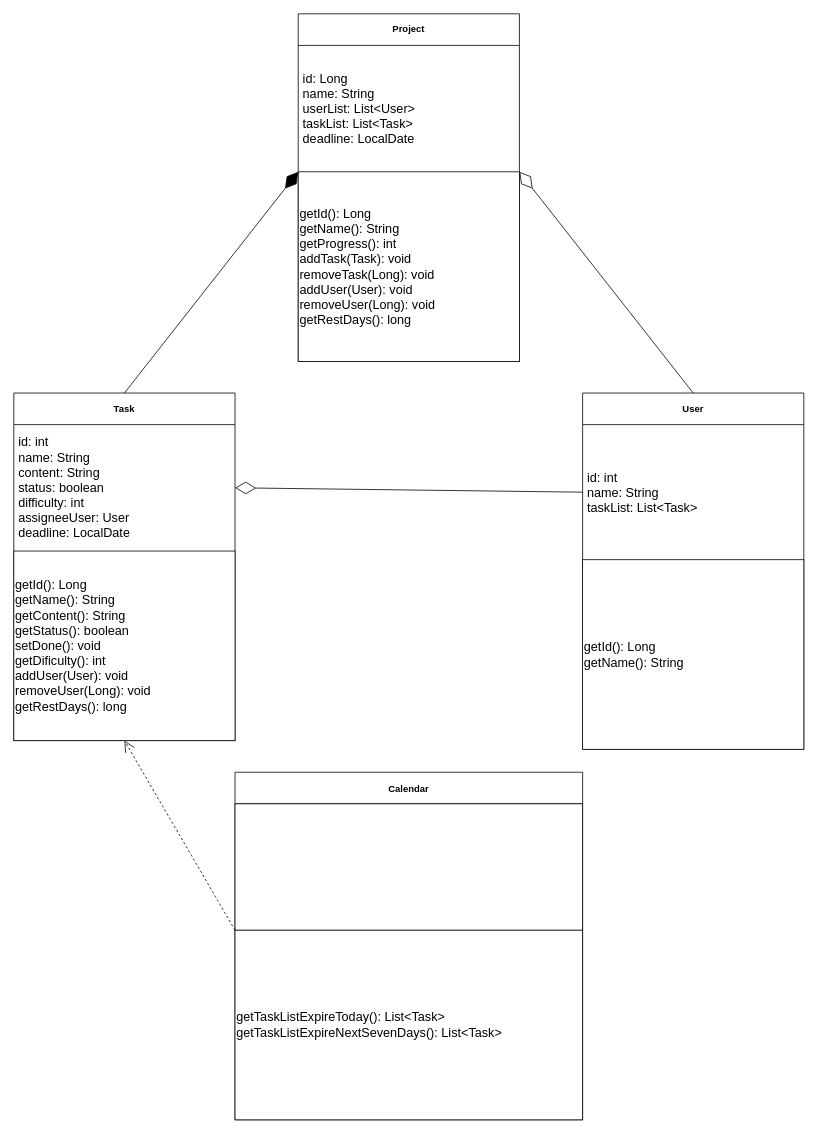
The draw.io diagram uml.drawio in SibGuys/ood, before the edit. Source tidied: cells renumbered, new cells numbered last; positions are measured from the earlier drawing's top-left corner, leaving out a move shared by most shapes. Both pictures are drawn from the tidied source at 79%, with x=0, y=0 at pixel (13, 13).
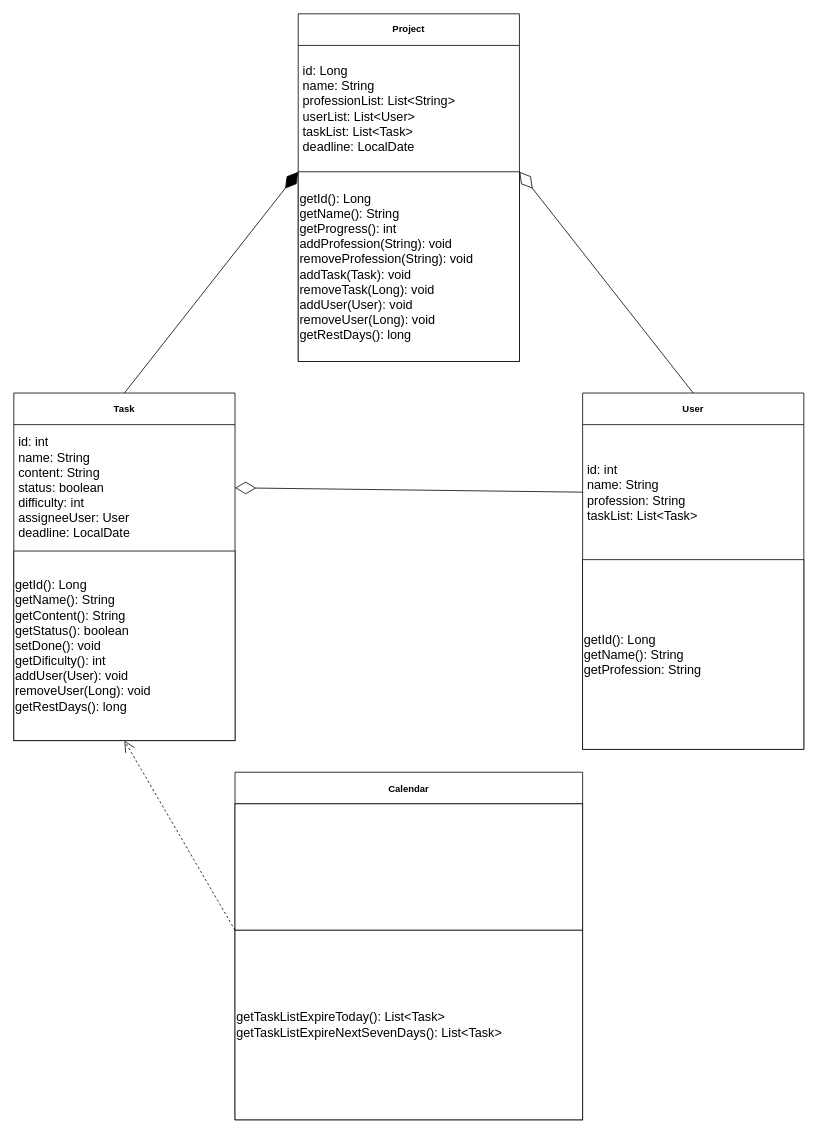
Above is the later version.

The edit, as a diff of the source:
```diff
@@
 <mxGraphModel>
   <root>
     <mxCell id="0" />
     <mxCell id="1" parent="0" />
     <mxCell id="2" value="Task" style="swimlane;fontStyle=1;align=center;verticalAlign=middle;horizontal=1;startSize=40;html=1;whiteSpace=wrap;" parent="1" vertex="1">
       <mxGeometry y="480" width="280" height="440" as="geometry" />
     </mxCell>
     <mxCell id="3" value="&lt;font style=&quot;font-size: 16px;&quot;&gt;id: int&lt;br&gt;name: String&lt;br&gt;content: String&lt;br&gt;status: boolean&lt;br&gt;difficulty: int&lt;br&gt;assigneeUser: User&lt;br&gt;deadline: LocalDate&lt;/font&gt;" style="text;html=1;strokeColor=none;fillColor=none;align=left;verticalAlign=middle;spacingLeft=4;spacingRight=4;overflow=hidden;points=[[0,0.5],[1,0.5]];portConstraint=eastwest;whiteSpace=wrap;" parent="2" vertex="1">
       <mxGeometry y="40" width="280" height="160" as="geometry" />
     </mxCell>
     <mxCell id="4" value="&lt;font style=&quot;font-size: 16px;&quot;&gt;getId(): Long&lt;br&gt;getName(): String&lt;br&gt;getContent(): String&lt;br&gt;getStatus(): boolean&lt;br&gt;setDone(): void&lt;br&gt;getDificulty(): int&lt;br&gt;addUser(User): void&lt;br&gt;removeUser(Long): void&lt;br&gt;getRestDays(): long&lt;br&gt;&lt;/font&gt;" style="rounded=0;whiteSpace=wrap;html=1;fontSize=16;align=left;" parent="2" vertex="1">
       <mxGeometry y="200" width="280" height="240" as="geometry" />
     </mxCell>
     <mxCell id="5" value="Project" style="swimlane;fontStyle=1;align=center;verticalAlign=middle;horizontal=1;startSize=40;html=1;whiteSpace=wrap;" parent="1" vertex="1">
       <mxGeometry x="360" width="280" height="440" as="geometry" />
     </mxCell>
-    <mxCell id="6" value="&lt;font style=&quot;font-size: 16px;&quot;&gt;id: Long&lt;br&gt;name: String&lt;br&gt;userList: List&amp;lt;User&amp;gt;&lt;br&gt;taskList: List&amp;lt;Task&amp;gt;&lt;br&gt;deadline: LocalDate&lt;br&gt;&lt;/font&gt;" style="text;html=1;strokeColor=none;fillColor=none;align=left;verticalAlign=middle;spacingLeft=4;spacingRight=4;overflow=hidden;whiteSpace=wrap;" parent="5" vertex="1">
+    <mxCell id="6" value="&lt;font style=&quot;font-size: 16px;&quot;&gt;id: Long&lt;br&gt;name: String&lt;br&gt;professionList: List&amp;lt;String&amp;gt;&lt;br&gt;userList: List&amp;lt;User&amp;gt;&lt;br&gt;taskList: List&amp;lt;Task&amp;gt;&lt;br&gt;deadline: LocalDate&lt;br&gt;&lt;/font&gt;" style="text;html=1;strokeColor=none;fillColor=none;align=left;verticalAlign=middle;spacingLeft=4;spacingRight=4;overflow=hidden;whiteSpace=wrap;" parent="5" vertex="1">
       <mxGeometry y="40" width="280" height="160" as="geometry" />
     </mxCell>
-    <mxCell id="7" value="&lt;font style=&quot;font-size: 16px;&quot;&gt;getId(): Long&lt;br&gt;getName(): String&lt;br&gt;getProgress(): int&lt;br&gt;addTask(Task): void&lt;br&gt;removeTask(Long): void&lt;br&gt;addUser(User): void&lt;br&gt;removeUser(Long): void&lt;br&gt;getRestDays(): long&lt;br&gt;&lt;/font&gt;" style="rounded=0;whiteSpace=wrap;html=1;fontSize=16;align=left;" parent="5" vertex="1">
+    <mxCell id="7" value="&lt;font style=&quot;font-size: 16px;&quot;&gt;getId(): Long&lt;br&gt;getName(): String&lt;br&gt;getProgress(): int&lt;br&gt;addProfession(String): void&lt;br&gt;removeProfession(String): void&lt;br&gt;addTask(Task): void&lt;br&gt;removeTask(Long): void&lt;br&gt;addUser(User): void&lt;br&gt;removeUser(Long): void&lt;br&gt;getRestDays(): long&lt;br&gt;&lt;/font&gt;" style="rounded=0;whiteSpace=wrap;html=1;fontSize=16;align=left;" parent="5" vertex="1">
       <mxGeometry y="200" width="280" height="240" as="geometry" />
     </mxCell>
     <mxCell id="8" value="User" style="swimlane;fontStyle=1;align=center;verticalAlign=middle;horizontal=1;startSize=40;html=1;whiteSpace=wrap;" parent="1" vertex="1">
       <mxGeometry x="720" y="480" width="280" height="451" as="geometry" />
     </mxCell>
-    <mxCell id="9" value="&lt;font style=&quot;font-size: 16px;&quot;&gt;id: int&lt;br style=&quot;border-color: var(--border-color);&quot;&gt;name: String&lt;br&gt;taskList: List&amp;lt;Task&amp;gt;&lt;br&gt;&lt;/font&gt;" style="text;html=1;strokeColor=none;fillColor=none;align=left;verticalAlign=middle;spacingLeft=4;spacingRight=4;overflow=hidden;points=[[0,0.5],[1,0.5]];portConstraint=eastwest;whiteSpace=wrap;" parent="8" vertex="1">
+    <mxCell id="9" value="&lt;font style=&quot;font-size: 16px;&quot;&gt;id: int&lt;br style=&quot;border-color: var(--border-color);&quot;&gt;name: String&lt;br&gt;profession: String&lt;br&gt;taskList: List&amp;lt;Task&amp;gt;&lt;br&gt;&lt;/font&gt;" style="text;html=1;strokeColor=none;fillColor=none;align=left;verticalAlign=middle;spacingLeft=4;spacingRight=4;overflow=hidden;points=[[0,0.5],[1,0.5]];portConstraint=eastwest;whiteSpace=wrap;" parent="8" vertex="1">
       <mxGeometry y="40" width="280" height="171" as="geometry" />
     </mxCell>
-    <mxCell id="10" value="&lt;font style=&quot;font-size: 16px;&quot;&gt;getId(): Long&lt;br&gt;getName(): String&lt;br&gt;&lt;/font&gt;" style="rounded=0;whiteSpace=wrap;html=1;fontSize=16;align=left;" parent="8" vertex="1">
+    <mxCell id="10" value="&lt;font style=&quot;font-size: 16px;&quot;&gt;getId(): Long&lt;br&gt;getName(): String&lt;br&gt;getProfession: String&lt;br&gt;&lt;/font&gt;" style="rounded=0;whiteSpace=wrap;html=1;fontSize=16;align=left;" parent="8" vertex="1">
       <mxGeometry y="211" width="280" height="240" as="geometry" />
     </mxCell>
     <mxCell id="11" value="&lt;font style=&quot;font-size: 12px;&quot;&gt;Calendar&lt;/font&gt;" style="swimlane;fontStyle=1;align=center;verticalAlign=middle;horizontal=1;startSize=40;html=1;whiteSpace=wrap;fontSize=16;" parent="1" vertex="1">
       <mxGeometry x="280" y="960" width="440" height="440" as="geometry" />
     </mxCell>
     <mxCell id="12" style="rounded=0;whiteSpace=wrap;html=1;fontSize=16;align=left;" parent="11" vertex="1">
       <mxGeometry y="40" width="440" height="160" as="geometry" />
     </mxCell>
     <mxCell id="13" value="&lt;font style=&quot;font-size: 16px;&quot;&gt;getTaskListExpireToday(): List&amp;lt;Task&amp;gt;&lt;br style=&quot;border-color: var(--border-color);&quot;&gt;&lt;span style=&quot;&quot;&gt;getTaskListExpireNextSevenDays(): List&amp;lt;Task&amp;gt;&lt;/span&gt;&lt;/font&gt;" style="rounded=0;whiteSpace=wrap;html=1;fontSize=16;align=left;" parent="11" vertex="1">
       <mxGeometry y="200" width="440" height="240" as="geometry" />
     </mxCell>
     <mxCell id="14" style="endArrow=diamondThin;endFill=0;endSize=24;html=1;rounded=0;exitX=0;exitY=0.5;exitDx=0;exitDy=0;entryX=1;entryY=0.5;entryDx=0;entryDy=0;" parent="1" edge="1" source="9" target="3">
       <mxGeometry relative="1" as="geometry" />
     </mxCell>
     <mxCell id="15" style="endArrow=diamondThin;endFill=0;endSize=24;html=1;rounded=0;exitX=0.5;exitY=0;exitDx=0;exitDy=0;entryX=1;entryY=0;entryDx=0;entryDy=0;" parent="1" edge="1" source="8" target="7">
       <mxGeometry relative="1" as="geometry" />
     </mxCell>
     <mxCell id="16" style="endArrow=open;endSize=12;dashed=1;html=1;rounded=0;exitX=0;exitY=0;exitDx=0;exitDy=0;entryX=0.5;entryY=1;entryDx=0;entryDy=0;" parent="1" edge="1" source="13" target="2">
       <mxGeometry relative="1" as="geometry" />
     </mxCell>
     <mxCell id="17" style="endArrow=diamondThin;endFill=1;endSize=24;html=1;rounded=0;exitX=0.5;exitY=0;exitDx=0;exitDy=0;entryX=0;entryY=0;entryDx=0;entryDy=0;" parent="1" edge="1" source="2" target="7">
       <mxGeometry relative="1" as="geometry" />
     </mxCell>
   </root>
 </mxGraphModel>
```
